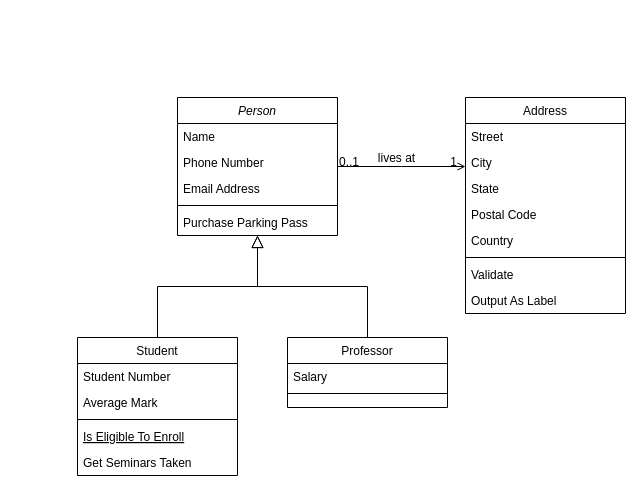
The draw.io diagram Base De Datos.drawio in JuanPPortafolio/BaseDeDatos, before the edit. Source tidied: cells renumbered, new cells numbered last; positions are measured from the earlier drawing's top-left corner, leaving out a move shared by most shapes. Both pictures are drawn from the tidied source at 100%, with x=0, y=0 at pixel (77, 97).
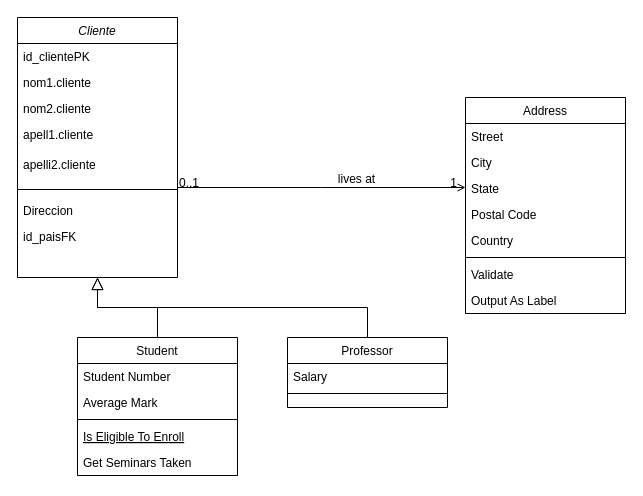
After the change.

Diff of the diagram source:
```diff
@@
-    <mxCell id="2" value="Person" style="swimlane;fontStyle=2;align=center;verticalAlign=top;horizontal=1;startSize=26;rounded=0;shadow=0;strokeWidth=1;" parent="1" vertex="1">
-      <mxGeometry x="100" width="160" height="138" as="geometry" />
+    <mxCell id="2" value="Cliente" style="swimlane;fontStyle=2;align=center;verticalAlign=top;horizontal=1;startSize=26;rounded=0;shadow=0;strokeWidth=1;" parent="1" vertex="1">
+      <mxGeometry x="-60" y="-80" width="160" height="260" as="geometry" />
     </mxCell>
-    <mxCell id="3" value="Name" style="text;align=left;verticalAlign=top;spacingLeft=4;spacingRight=4;overflow=hidden;" parent="2" vertex="1">
+    <mxCell id="3" value="id_clientePK" style="text;align=left;verticalAlign=top;spacingLeft=4;spacingRight=4;overflow=hidden;" parent="2" vertex="1">
       <mxGeometry y="26" width="160" height="26" as="geometry" />
     </mxCell>
-    <mxCell id="4" value="Phone Number" style="text;align=left;verticalAlign=top;spacingLeft=4;spacingRight=4;overflow=hidden;rounded=0;shadow=0;html=0;" parent="2" vertex="1">
+    <mxCell id="4" value="nom1.cliente" style="text;align=left;verticalAlign=top;spacingLeft=4;spacingRight=4;overflow=hidden;rounded=0;shadow=0;html=0;" parent="2" vertex="1">
       <mxGeometry y="52" width="160" height="26" as="geometry" />
     </mxCell>
-    <mxCell id="5" value="Email Address" style="text;align=left;verticalAlign=top;spacingLeft=4;spacingRight=4;overflow=hidden;rounded=0;shadow=0;html=0;" parent="2" vertex="1">
+    <mxCell id="5" value="nom2.cliente" style="text;align=left;verticalAlign=top;spacingLeft=4;spacingRight=4;overflow=hidden;rounded=0;shadow=0;html=0;" parent="2" vertex="1">
       <mxGeometry y="78" width="160" height="26" as="geometry" />
     </mxCell>
+    <mxCell id="32" value="apell1.cliente" style="text;html=1;align=left;verticalAlign=top;strokeColor=none;fillColor=none;spacingLeft=4;spacingRight=4;" parent="2" vertex="1">
+      <mxGeometry y="104" width="160" height="30" as="geometry" />
+    </mxCell>
+    <mxCell id="33" value="apelli2.cliente" style="text;html=1;align=left;verticalAlign=top;strokeColor=none;fillColor=none;spacingLeft=4;spacingRight=4;" parent="2" vertex="1">
+      <mxGeometry y="134" width="160" height="30" as="geometry" />
+    </mxCell>
     <mxCell id="6" style="line;html=1;strokeWidth=1;align=left;verticalAlign=middle;spacingTop=-1;spacingLeft=3;spacingRight=3;labelPosition=right;" parent="2" vertex="1">
-      <mxGeometry y="104" width="160" height="8" as="geometry" />
+      <mxGeometry y="164" width="160" height="16" as="geometry" />
     </mxCell>
-    <mxCell id="7" value="Purchase Parking Pass" style="text;align=left;verticalAlign=top;spacingLeft=4;spacingRight=4;overflow=hidden;" parent="2" vertex="1">
-      <mxGeometry y="112" width="160" height="26" as="geometry" />
+    <mxCell id="7" value="Direccion" style="text;align=left;verticalAlign=top;spacingLeft=4;spacingRight=4;overflow=hidden;" parent="2" vertex="1">
+      <mxGeometry y="180" width="160" height="26" as="geometry" />
     </mxCell>
+    <mxCell id="34" value="id_paisFK" style="text;html=1;align=left;verticalAlign=top;strokeColor=none;fillColor=none;spacingLeft=4;spacingRight=4;" parent="2" vertex="1">
+      <mxGeometry y="206" width="160" height="30" as="geometry" />
+    </mxCell>
```
